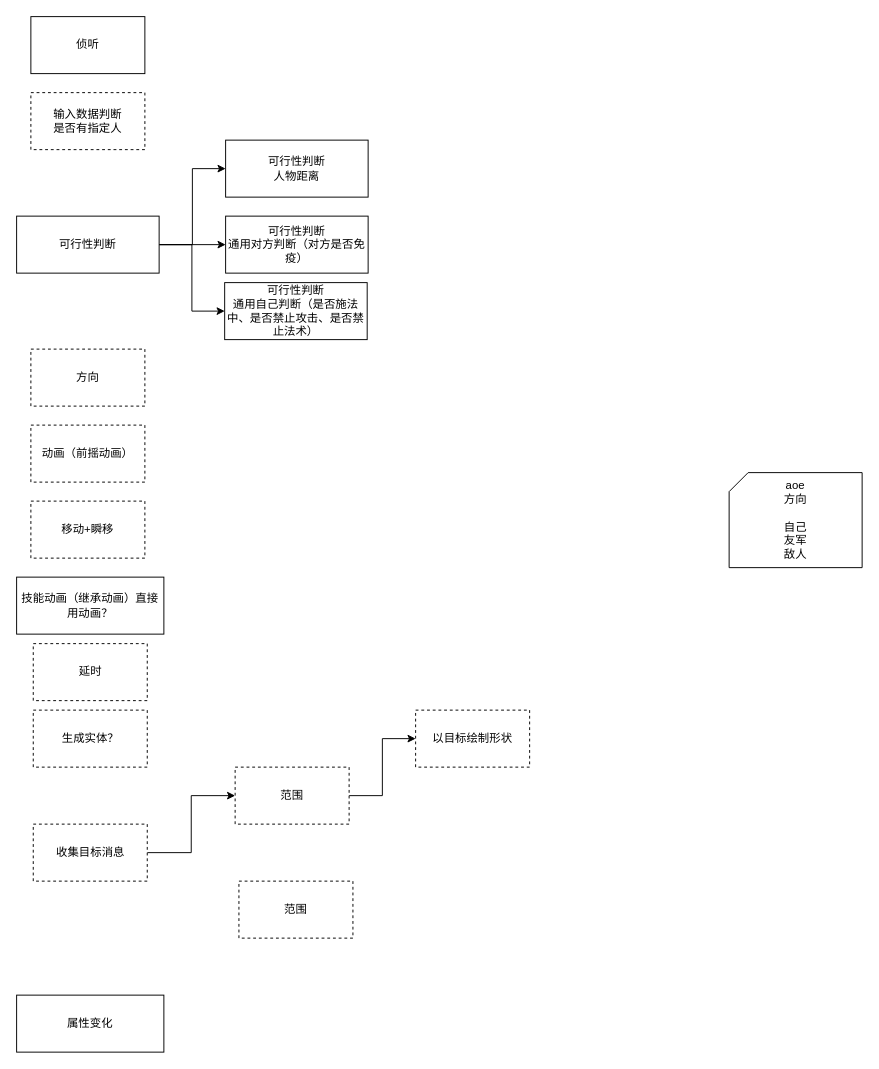
cliang/drawio keeps this draw.io diagram as skill.drawio. Above is the earlier version. Source tidied: cells renumbered, new cells numbered last; positions are measured from the earlier drawing's top-left corner, leaving out a move shared by most shapes. Both pictures are drawn from the tidied source at 95%, with x=0, y=0 at pixel (16, 16).
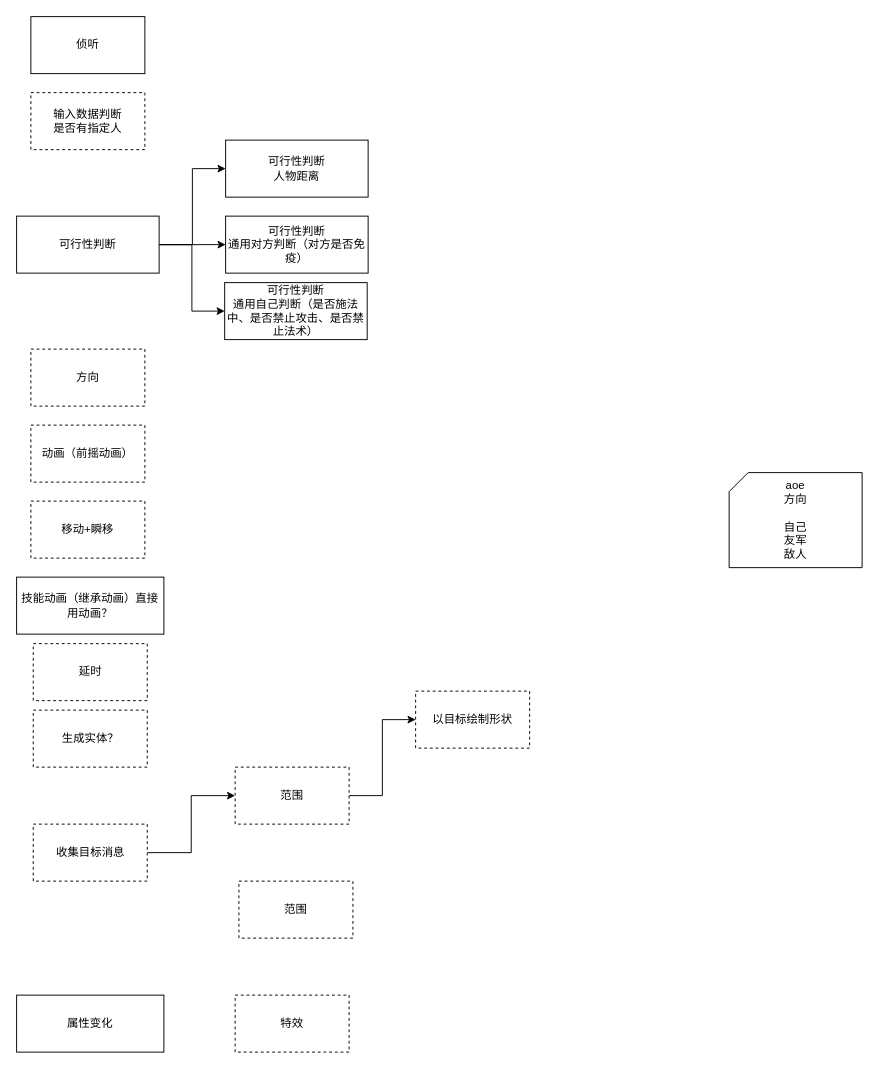
The same page after the edit.

Diff of the diagram source:
```diff
@@
     <mxCell id="24" value="以目标绘制形状" style="whiteSpace=wrap;html=1;rounded=0;dashed=1;" parent="1" vertex="1">
-      <mxGeometry x="420" y="730" width="120" height="60" as="geometry" />
+      <mxGeometry x="420" y="710" width="120" height="60" as="geometry" />
     </mxCell>
+    <mxCell id="25" value="特效" style="whiteSpace=wrap;html=1;rounded=0;dashed=1;" parent="1" vertex="1">
+      <mxGeometry x="230" y="1030" width="120" height="60" as="geometry" />
+    </mxCell>
```
